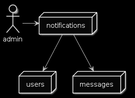
Yshayy/not-my-problem-talk keeps this PlantUML diagram as slides/app.png. Above is the earlier version.
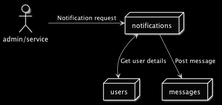
Above is the later version.

Diff of the diagram source:
```diff
@@ -4,8 +4,8 @@
 node users
 node notifications
 node messages
-actor admin
-notifications --> users
-notifications --> messages
-admin -> notifications
+actor "admin/service" as admin
+notifications <--> users: Get user details
+notifications --> messages: Post message
+admin -> notifications: Notification request
 @enduml
```
